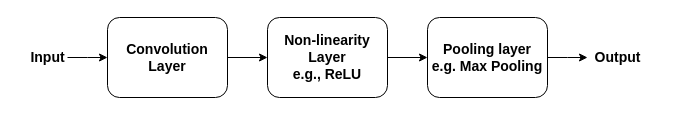
Earlier version of the draw.io diagram CNN.drawio (WenqingXie47/SND). Source tidied: cells renumbered, new cells numbered last; positions are measured from the earlier drawing's top-left corner, leaving out a move shared by most shapes. Both pictures are drawn from the tidied source at 100%, with x=0, y=0 at pixel (22, 17).
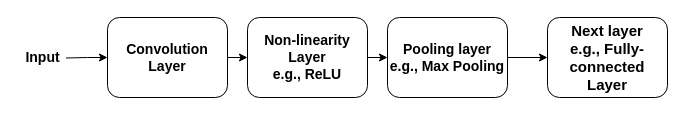
After the change.

Diff of the diagram source:
```diff
@@
 <mxGraphModel>
   <root>
     <mxCell id="0" />
     <mxCell id="1" parent="0" />
     <mxCell id="2" style="edgeStyle=orthogonalEdgeStyle;rounded=0;jettySize=auto;html=1;exitX=1;exitY=0.5;exitDx=0;exitDy=0;entryX=0;entryY=0.5;entryDx=0;entryDy=0;fontSize=14;fontStyle=1;" parent="1" edge="1" source="4" target="6">
       <mxGeometry relative="1" as="geometry" />
     </mxCell>
-    <mxCell id="3" style="edgeStyle=orthogonalEdgeStyle;rounded=0;jettySize=auto;html=1;exitX=0;exitY=0.5;exitDx=0;exitDy=0;fontSize=14;endArrow=none;endFill=0;startArrow=classic;startFill=1;fontStyle=1;" parent="1" edge="1" source="4">
-      <mxGeometry relative="1" as="geometry">
-        <mxPoint x="45" y="40" as="targetPoint" />
-      </mxGeometry>
+    <mxCell id="3" style="edgeStyle=orthogonalEdgeStyle;rounded=0;jettySize=auto;html=1;exitX=0;exitY=0.5;exitDx=0;exitDy=0;fontSize=14;endArrow=none;endFill=0;startArrow=classic;startFill=1;fontStyle=1;entryX=0.97;entryY=0.525;entryDx=0;entryDy=0;entryPerimeter=0;" parent="1" edge="1" source="4" target="9">
+      <mxGeometry relative="1" as="geometry" />
     </mxCell>
     <mxCell id="4" value="Convolution Layer" style="rounded=1;whiteSpace=wrap;html=1;fontStyle=1;fontSize=14;" parent="1" vertex="1">
       <mxGeometry x="85" width="120" height="80" as="geometry" />
     </mxCell>
     <mxCell id="5" style="edgeStyle=orthogonalEdgeStyle;rounded=0;jettySize=auto;html=1;exitX=1;exitY=0.5;exitDx=0;exitDy=0;entryX=0;entryY=0.5;entryDx=0;entryDy=0;fontSize=14;fontStyle=1;" parent="1" edge="1" source="6" target="8">
       <mxGeometry relative="1" as="geometry" />
     </mxCell>
     <mxCell id="6" value="Non-linearity Layer&lt;br style=&quot;font-size: 14px;&quot;&gt;e.g., ReLU" style="rounded=1;whiteSpace=wrap;html=1;fontStyle=1;fontSize=14;" parent="1" vertex="1">
-      <mxGeometry x="245" width="120" height="80" as="geometry" />
+      <mxGeometry x="225" width="120" height="80" as="geometry" />
     </mxCell>
-    <mxCell id="7" style="edgeStyle=orthogonalEdgeStyle;rounded=0;jettySize=auto;html=1;exitX=1;exitY=0.5;exitDx=0;exitDy=0;fontSize=14;fontStyle=1;" parent="1" edge="1" source="8">
-      <mxGeometry relative="1" as="geometry">
-        <mxPoint x="565" y="40" as="targetPoint" />
-      </mxGeometry>
+    <mxCell id="7" style="edgeStyle=orthogonalEdgeStyle;rounded=0;jettySize=auto;html=1;exitX=1;exitY=0.5;exitDx=0;exitDy=0;fontSize=14;fontStyle=1;entryX=0;entryY=0.5;entryDx=0;entryDy=0;" parent="1" edge="1" source="8" target="11">
+      <mxGeometry relative="1" as="geometry" />
     </mxCell>
-    <mxCell id="8" value="Pooling layer&lt;br style=&quot;font-size: 14px;&quot;&gt;e.g. Max Pooling" style="rounded=1;whiteSpace=wrap;html=1;fontStyle=1;fontSize=14;" parent="1" vertex="1">
-      <mxGeometry x="405" width="120" height="80" as="geometry" />
+    <mxCell id="8" value="Pooling layer&lt;br style=&quot;font-size: 14px&quot;&gt;e.g., Max Pooling" style="rounded=1;whiteSpace=wrap;html=1;fontStyle=1;fontSize=14;" parent="1" vertex="1">
+      <mxGeometry x="365" width="120" height="80" as="geometry" />
     </mxCell>
     <mxCell id="9" value="Input" style="text;html=1;align=center;verticalAlign=middle;points=[];strokeColor=none;fontSize=14;fontStyle=1;" parent="1" vertex="1">
-      <mxGeometry y="30" width="50" height="20" as="geometry" />
+      <mxGeometry x="-5" y="30" width="50" height="20" as="geometry" />
     </mxCell>
-    <mxCell id="10" value="Output" style="text;html=1;align=center;verticalAlign=middle;strokeColor=none;fontSize=14;fontStyle=1;" parent="1" vertex="1">
-      <mxGeometry x="565" y="30" width="60" height="20" as="geometry" />
-    </mxCell>
+    <mxCell id="11" value="&lt;font style=&quot;font-size: 15px&quot;&gt;&lt;b&gt;Next layer &lt;br&gt;e.g., Fully-connected Layer&lt;/b&gt;&lt;/font&gt;" style="rounded=1;whiteSpace=wrap;html=1;fontSize=14;" parent="1" vertex="1">
+      <mxGeometry x="525" width="120" height="80" as="geometry" />
+    </mxCell>
   </root>
 </mxGraphModel>
```
